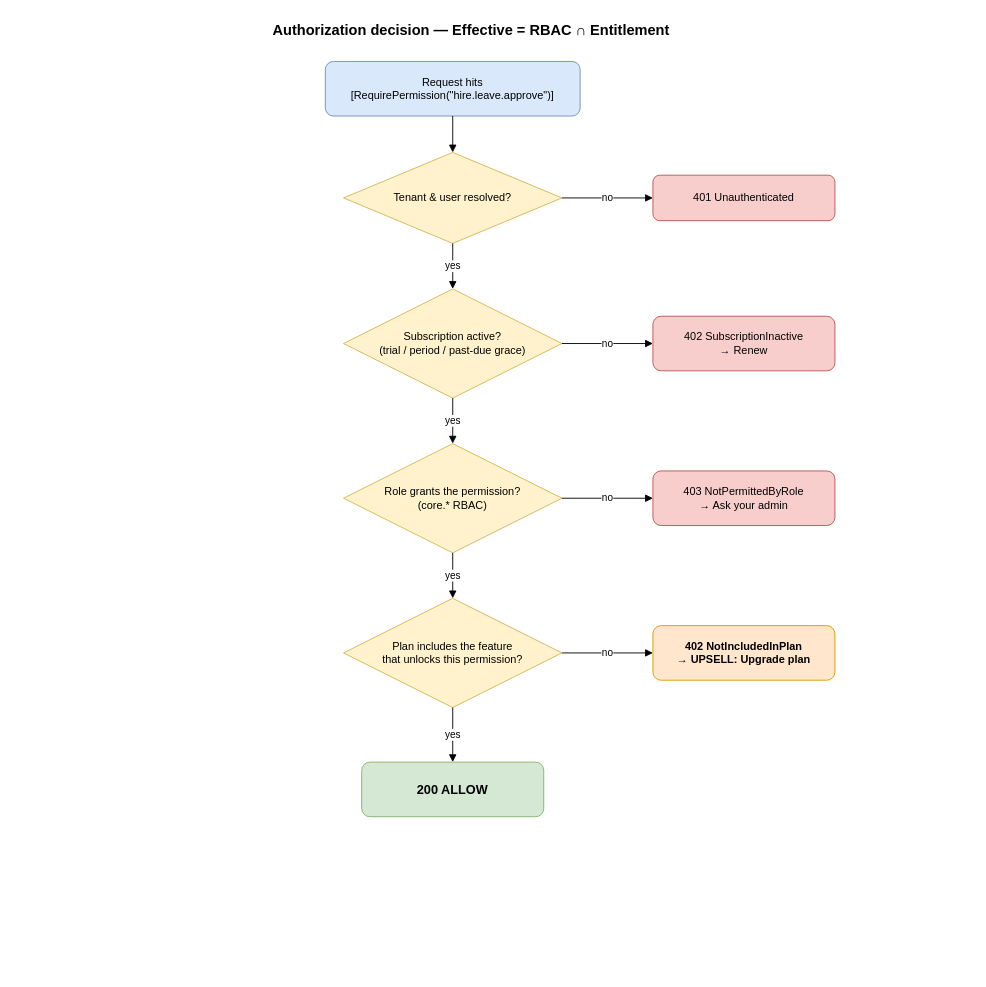
Above: page "3. Authorization Decision" (3 of 3) of docs/Subscription-Entitlement-Architecture.drawio in zainabbastahirag/AG_ONE_Fixes (draw.io), before the change. Source tidied: cells renumbered, new cells numbered last; positions are measured from the earlier drawing's top-left corner, leaving out a move shared by most shapes. Both pictures are drawn from the tidied source at 91%, with x=0, y=0 at pixel (15, 15).
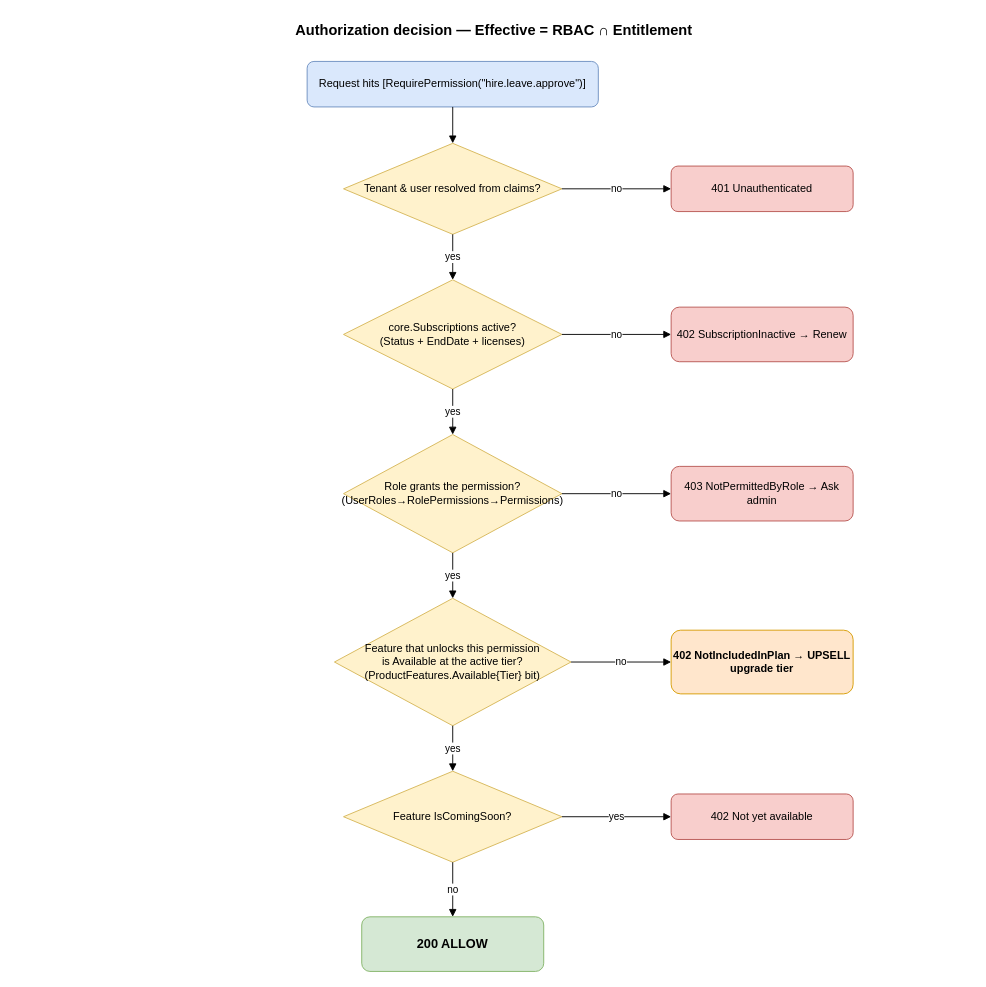
After the change.

Commit message (it also covers changes not shown here):
Redesign architecture for real agone-dev core.* schema + injection SQL (ProductFeaturePermissions bridge)

Change to the diagram source:
```diff
@@
     <mxCell id="2" value="Authorization decision — Effective = RBAC ∩ Entitlement" style="text;html=1;align=center;fontSize=16;fontStyle=1;" parent="1" vertex="1">
-      <mxGeometry width="1000" height="30" as="geometry" />
+      <mxGeometry width="1050" height="30" as="geometry" />
     </mxCell>
-    <mxCell id="3" value="Request hits&#10;[RequirePermission(&quot;hire.leave.approve&quot;)]" style="rounded=1;whiteSpace=wrap;html=1;fillColor=#dae8fc;strokeColor=#6c8ebf;" parent="1" vertex="1">
-      <mxGeometry x="340" y="50" width="280" height="60" as="geometry" />
+    <mxCell id="3" value="Request hits [RequirePermission(&quot;hire.leave.approve&quot;)]" style="rounded=1;whiteSpace=wrap;html=1;fillColor=#dae8fc;strokeColor=#6c8ebf;" parent="1" vertex="1">
+      <mxGeometry x="320" y="50" width="320" height="50" as="geometry" />
     </mxCell>
-    <mxCell id="4" value="Tenant &amp; user resolved?" style="rhombus;whiteSpace=wrap;html=1;fillColor=#fff2cc;strokeColor=#d6b656;" parent="1" vertex="1">
-      <mxGeometry x="360" y="150" width="240" height="100" as="geometry" />
+    <mxCell id="4" value="Tenant &amp; user resolved from claims?" style="rhombus;whiteSpace=wrap;html=1;fillColor=#fff2cc;strokeColor=#d6b656;" parent="1" vertex="1">
+      <mxGeometry x="360" y="140" width="240" height="100" as="geometry" />
     </mxCell>
     <mxCell id="5" value="401 Unauthenticated" style="rounded=1;whiteSpace=wrap;html=1;fillColor=#f8cecc;strokeColor=#b85450;" parent="1" vertex="1">
-      <mxGeometry x="700" y="175" width="200" height="50" as="geometry" />
+      <mxGeometry x="720" y="165" width="200" height="50" as="geometry" />
     </mxCell>
-    <mxCell id="6" value="Subscription active?&#10;(trial / period / past-due grace)" style="rhombus;whiteSpace=wrap;html=1;fillColor=#fff2cc;strokeColor=#d6b656;" parent="1" vertex="1">
-      <mxGeometry x="360" y="300" width="240" height="120" as="geometry" />
+    <mxCell id="6" value="core.Subscriptions active?&#10;(Status + EndDate + licenses)" style="rhombus;whiteSpace=wrap;html=1;fillColor=#fff2cc;strokeColor=#d6b656;" parent="1" vertex="1">
+      <mxGeometry x="360" y="290" width="240" height="120" as="geometry" />
     </mxCell>
-    <mxCell id="7" value="402 SubscriptionInactive&#10;→ Renew" style="rounded=1;whiteSpace=wrap;html=1;fillColor=#f8cecc;strokeColor=#b85450;" parent="1" vertex="1">
-      <mxGeometry x="700" y="330" width="200" height="60" as="geometry" />
+    <mxCell id="7" value="402 SubscriptionInactive → Renew" style="rounded=1;whiteSpace=wrap;html=1;fillColor=#f8cecc;strokeColor=#b85450;" parent="1" vertex="1">
+      <mxGeometry x="720" y="320" width="200" height="60" as="geometry" />
     </mxCell>
-    <mxCell id="8" value="Role grants the permission?&#10;(core.* RBAC)" style="rhombus;whiteSpace=wrap;html=1;fillColor=#fff2cc;strokeColor=#d6b656;" parent="1" vertex="1">
-      <mxGeometry x="360" y="470" width="240" height="120" as="geometry" />
+    <mxCell id="8" value="Role grants the permission?&#10;(UserRoles→RolePermissions→Permissions)" style="rhombus;whiteSpace=wrap;html=1;fillColor=#fff2cc;strokeColor=#d6b656;" parent="1" vertex="1">
+      <mxGeometry x="360" y="460" width="240" height="130" as="geometry" />
     </mxCell>
-    <mxCell id="9" value="403 NotPermittedByRole&#10;→ Ask your admin" style="rounded=1;whiteSpace=wrap;html=1;fillColor=#f8cecc;strokeColor=#b85450;" parent="1" vertex="1">
-      <mxGeometry x="700" y="500" width="200" height="60" as="geometry" />
+    <mxCell id="9" value="403 NotPermittedByRole → Ask admin" style="rounded=1;whiteSpace=wrap;html=1;fillColor=#f8cecc;strokeColor=#b85450;" parent="1" vertex="1">
+      <mxGeometry x="720" y="495" width="200" height="60" as="geometry" />
     </mxCell>
-    <mxCell id="10" value="Plan includes the feature&#10;that unlocks this permission?" style="rhombus;whiteSpace=wrap;html=1;fillColor=#fff2cc;strokeColor=#d6b656;" parent="1" vertex="1">
-      <mxGeometry x="360" y="640" width="240" height="120" as="geometry" />
+    <mxCell id="10" value="Feature that unlocks this permission&#10;is Available at the active tier?&#10;(ProductFeatures.Available{Tier} bit)" style="rhombus;whiteSpace=wrap;html=1;fillColor=#fff2cc;strokeColor=#d6b656;" parent="1" vertex="1">
+      <mxGeometry x="350" y="640" width="260" height="140" as="geometry" />
     </mxCell>
-    <mxCell id="11" value="402 NotIncludedInPlan&#10;→ UPSELL: Upgrade plan" style="rounded=1;whiteSpace=wrap;html=1;fillColor=#ffe6cc;strokeColor=#d79b00;fontStyle=1;" parent="1" vertex="1">
-      <mxGeometry x="700" y="670" width="200" height="60" as="geometry" />
+    <mxCell id="11" value="402 NotIncludedInPlan → UPSELL upgrade tier" style="rounded=1;whiteSpace=wrap;html=1;fillColor=#ffe6cc;strokeColor=#d79b00;fontStyle=1;" parent="1" vertex="1">
+      <mxGeometry x="720" y="675" width="200" height="70" as="geometry" />
     </mxCell>
+    <mxCell id="22" value="Feature IsComingSoon?" style="rhombus;whiteSpace=wrap;html=1;fillColor=#fff2cc;strokeColor=#d6b656;" parent="1" vertex="1">
+      <mxGeometry x="360" y="830" width="240" height="100" as="geometry" />
+    </mxCell>
+    <mxCell id="23" value="402 Not yet available" style="rounded=1;whiteSpace=wrap;html=1;fillColor=#f8cecc;strokeColor=#b85450;" parent="1" vertex="1">
+      <mxGeometry x="720" y="855" width="200" height="50" as="geometry" />
+    </mxCell>
     <mxCell id="12" value="200 ALLOW" style="rounded=1;whiteSpace=wrap;html=1;fillColor=#d5e8d4;strokeColor=#82b366;fontStyle=1;fontSize=14;" parent="1" vertex="1">
-      <mxGeometry x="380" y="820" width="200" height="60" as="geometry" />
+      <mxGeometry x="380" y="990" width="200" height="60" as="geometry" />
     </mxCell>
@@
-    <mxCell id="21" value="yes" style="edgeStyle=orthogonalEdgeStyle;rounded=1;html=1;endArrow=block;" parent="1" edge="1" source="10" target="12">
+    <mxCell id="21" value="yes" style="edgeStyle=orthogonalEdgeStyle;rounded=1;html=1;endArrow=block;" parent="1" edge="1" source="10" target="22">
       <mxGeometry relative="1" as="geometry" />
     </mxCell>
+    <mxCell id="24" value="yes" style="edgeStyle=orthogonalEdgeStyle;rounded=1;html=1;endArrow=block;" parent="1" edge="1" source="22" target="23">
+      <mxGeometry relative="1" as="geometry" />
+    </mxCell>
+    <mxCell id="25" value="no" style="edgeStyle=orthogonalEdgeStyle;rounded=1;html=1;endArrow=block;" parent="1" edge="1" source="22" target="12">
+      <mxGeometry relative="1" as="geometry" />
+    </mxCell>
```
